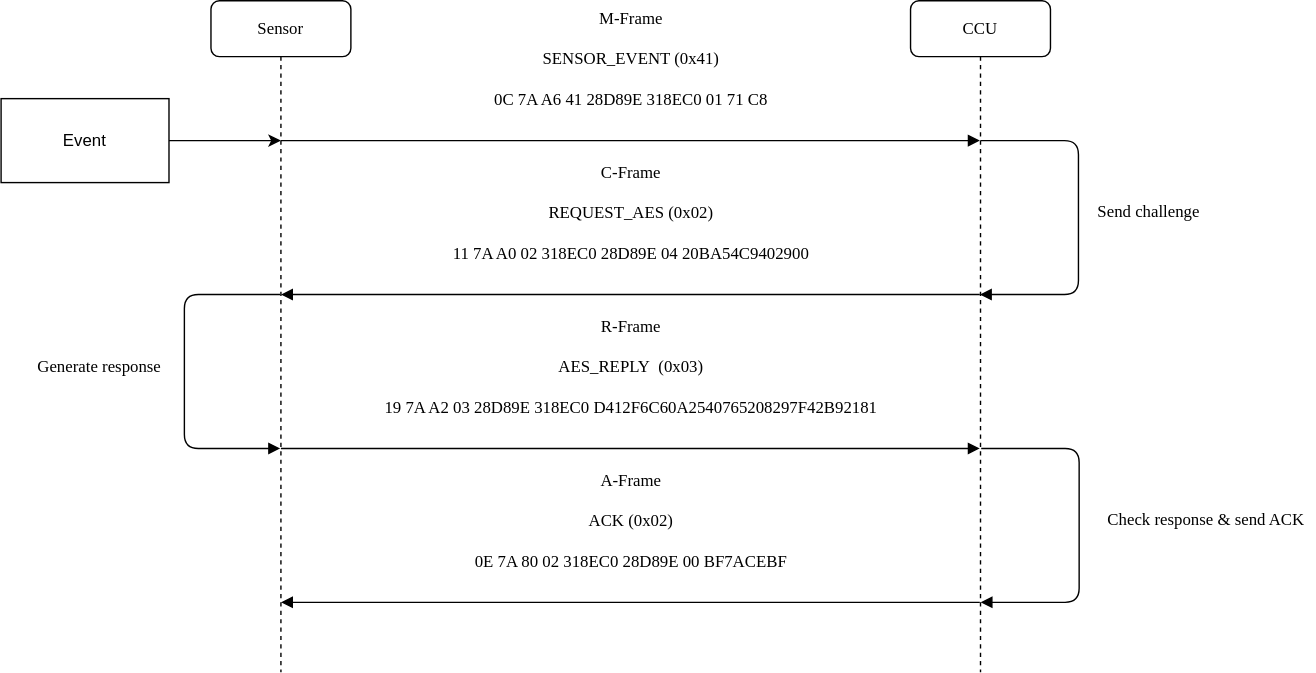
The draw.io diagram doc/img/CR-flow.svg in fkie-cad/bidcos-security-doc, before a commit. Source tidied: cells renumbered, new cells last; positions are measured from the earlier drawing's top-left corner, leaving out a move shared by most shapes. The source it was exported from:
```xml
<mxGraphModel>
  <root>
    <mxCell id="0" />
    <mxCell id="1" parent="0" />
    <mxCell id="2" value="Sensor" style="shape=umlLifeline;perimeter=lifelinePerimeter;whiteSpace=wrap;html=1;outlineConnect=0;rounded=1;shadow=0;comic=0;labelBackgroundColor=none;strokeWidth=1;fontFamily=Verdana;fontSize=12;align=center;" parent="1" vertex="1">
      <mxGeometry x="150" width="100" height="480" as="geometry" />
    </mxCell>
    <mxCell id="3" value="&lt;div&gt;M-Frame&lt;br&gt;&lt;/div&gt;&lt;div&gt;&lt;br&gt;&lt;/div&gt;&lt;div&gt;SENSOR_EVENT (0x41)&lt;/div&gt;&lt;br&gt;0C 7A A6 41 28D89E 318EC0 01 71 C8" style="html=1;verticalAlign=bottom;endArrow=block;labelBackgroundColor=none;fontFamily=Verdana;fontSize=12;edgeStyle=elbowEdgeStyle;elbow=vertical;" parent="2" edge="1" target="4">
      <mxGeometry y="20" relative="1" as="geometry">
        <mxPoint x="50" y="100" as="sourcePoint" />
        <Array as="points">
          <mxPoint x="270" y="100" />
        </Array>
      </mxGeometry>
    </mxCell>
    <mxCell id="4" value="CCU" style="shape=umlLifeline;perimeter=lifelinePerimeter;whiteSpace=wrap;html=1;outlineConnect=0;rounded=1;shadow=0;comic=0;labelBackgroundColor=none;strokeWidth=1;fontFamily=Verdana;fontSize=12;align=center;" parent="1" vertex="1">
      <mxGeometry x="650" width="100" height="480" as="geometry" />
    </mxCell>
    <mxCell id="5" value="&lt;div&gt;&lt;font style=&quot;font-size: 12px&quot; face=&quot;Verdana&quot;&gt;&lt;span style=&quot;left: 456.517px ; top: 674.609px ; transform: scalex(1.01884)&quot; dir=&quot;ltr&quot;&gt;C-Frame&lt;br&gt;&lt;/span&gt;&lt;/font&gt;&lt;/div&gt;&lt;div&gt;&lt;font style=&quot;font-size: 12px&quot; face=&quot;Verdana&quot;&gt;&lt;span style=&quot;left: 456.517px ; top: 674.609px ; transform: scalex(1.01884)&quot; dir=&quot;ltr&quot;&gt;&lt;br&gt;&lt;/span&gt;&lt;/font&gt;&lt;/div&gt;&lt;div&gt;&lt;font style=&quot;font-size: 12px&quot; face=&quot;Verdana&quot;&gt;&lt;span style=&quot;left: 456.517px ; top: 674.609px ; transform: scalex(1.01884)&quot; dir=&quot;ltr&quot;&gt;REQUEST_AES (0x02)&lt;/span&gt;&lt;/font&gt;&lt;/div&gt;&lt;div&gt;&lt;font style=&quot;font-size: 12px&quot; face=&quot;Verdana&quot;&gt;&lt;span style=&quot;left: 456.517px ; top: 674.609px ; transform: scalex(1.01884)&quot; dir=&quot;ltr&quot;&gt;&lt;/span&gt;&lt;/font&gt;&lt;/div&gt;&lt;font style=&quot;font-size: 12px&quot; face=&quot;Verdana&quot;&gt;&lt;span style=&quot;left: 456.517px ; top: 674.609px ; transform: scalex(1.01884)&quot; dir=&quot;ltr&quot;&gt;&lt;br&gt;11 7A A0 02 318EC0 28D89E 04 20BA54C9402900&lt;br&gt;&lt;/span&gt;&lt;/font&gt;" style="html=1;verticalAlign=bottom;endArrow=block;labelBackgroundColor=none;fontFamily=Verdana;fontSize=12;edgeStyle=elbowEdgeStyle;elbow=vertical;" parent="1" edge="1">
      <mxGeometry y="-20" relative="1" as="geometry">
        <mxPoint x="699.5" y="210" as="sourcePoint" />
        <mxPoint x="200" y="210" as="targetPoint" />
      </mxGeometry>
    </mxCell>
    <mxCell id="6" value="R-Frame&lt;div&gt;&lt;br&gt;&lt;/div&gt;&lt;div&gt;&lt;font style=&quot;font-size: 12px&quot; face=&quot;Verdana&quot;&gt;&lt;span style=&quot;left: 456.517px ; top: 698.809px ; transform: scalex(1.06084)&quot; dir=&quot;ltr&quot;&gt;AES_REPLY&amp;nbsp; &lt;/span&gt;(0x03)&lt;/font&gt;&lt;/div&gt;&lt;div&gt;&lt;font style=&quot;font-size: 12px&quot; face=&quot;Verdana&quot;&gt;&lt;br&gt;&lt;/font&gt;&lt;/div&gt;&lt;div&gt;&lt;font style=&quot;font-size: 12px&quot; face=&quot;Verdana&quot;&gt;19 7A A2 03 28D89E 318EC0 D412F6C60A2540765208297F42B92181&lt;br&gt;&lt;/font&gt;&lt;/div&gt;" style="html=1;verticalAlign=bottom;endArrow=block;labelBackgroundColor=none;fontFamily=Verdana;fontSize=12;edgeStyle=elbowEdgeStyle;elbow=vertical;" parent="1" edge="1">
      <mxGeometry y="20" relative="1" as="geometry">
        <mxPoint x="200" y="320" as="sourcePoint" />
        <mxPoint x="699.5" y="320" as="targetPoint" />
        <Array as="points">
          <mxPoint x="420" y="320" />
        </Array>
      </mxGeometry>
    </mxCell>
    <mxCell id="7" value="&lt;div&gt;A-Frame&lt;br&gt;&lt;/div&gt;&lt;div&gt;&lt;br&gt;&lt;/div&gt;&lt;div&gt;&lt;font style=&quot;font-size: 12px&quot; face=&quot;Verdana&quot;&gt;&lt;span style=&quot;left: 456.517px ; top: 674.609px ; transform: scalex(1.01884)&quot; dir=&quot;ltr&quot;&gt;ACK (0x02)&lt;br&gt;&lt;/span&gt;&lt;/font&gt;&lt;/div&gt;&lt;div&gt;&lt;font style=&quot;font-size: 12px&quot; face=&quot;Verdana&quot;&gt;&lt;span style=&quot;left: 456.517px ; top: 674.609px ; transform: scalex(1.01884)&quot; dir=&quot;ltr&quot;&gt;&lt;br&gt;&lt;/span&gt;&lt;/font&gt;&lt;/div&gt;&lt;div&gt;&lt;font style=&quot;font-size: 12px&quot; face=&quot;Verdana&quot;&gt;0E 7A 80 02 318EC0 28D89E 00 BF7ACEBF&lt;br&gt;&lt;span style=&quot;left: 456.517px ; top: 674.609px ; transform: scalex(1.01884)&quot; dir=&quot;ltr&quot;&gt;&lt;/span&gt;&lt;/font&gt;&lt;/div&gt;&lt;div&gt;&lt;font style=&quot;font-size: 12px&quot; face=&quot;Verdana&quot;&gt;&lt;span style=&quot;left: 456.517px ; top: 674.609px ; transform: scalex(1.01884)&quot; dir=&quot;ltr&quot;&gt;&lt;/span&gt;&lt;/font&gt;&lt;/div&gt;" style="html=1;verticalAlign=bottom;endArrow=block;labelBackgroundColor=none;fontFamily=Verdana;fontSize=12;edgeStyle=elbowEdgeStyle;elbow=vertical;" parent="1" edge="1">
      <mxGeometry y="-20" relative="1" as="geometry">
        <mxPoint x="699.5" y="430" as="sourcePoint" />
        <mxPoint x="200" y="430" as="targetPoint" />
      </mxGeometry>
    </mxCell>
    <mxCell id="8" value="Send challenge" style="html=1;verticalAlign=bottom;endArrow=block;labelBackgroundColor=none;fontFamily=Verdana;fontSize=12;elbow=vertical;edgeStyle=orthogonalEdgeStyle;" parent="1" edge="1" target="4">
      <mxGeometry x="0.04" y="50" relative="1" as="geometry">
        <mxPoint x="700" y="100" as="sourcePoint" />
        <Array as="points">
          <mxPoint x="770" y="100" />
          <mxPoint x="770" y="210" />
        </Array>
      </mxGeometry>
    </mxCell>
    <mxCell id="9" value="Check response &amp;amp; send ACK" style="html=1;verticalAlign=bottom;endArrow=block;labelBackgroundColor=none;fontFamily=Verdana;fontSize=12;elbow=vertical;edgeStyle=orthogonalEdgeStyle;" parent="1" edge="1">
      <mxGeometry x="0.04" y="90" relative="1" as="geometry">
        <mxPoint x="700.5" y="320" as="sourcePoint" />
        <mxPoint x="700" y="430" as="targetPoint" />
        <Array as="points">
          <mxPoint x="770.5" y="320" />
          <mxPoint x="770.5" y="430" />
        </Array>
      </mxGeometry>
    </mxCell>
    <mxCell id="10" value="Generate response " style="html=1;verticalAlign=bottom;endArrow=block;labelBackgroundColor=none;fontFamily=Verdana;fontSize=12;elbow=vertical;edgeStyle=orthogonalEdgeStyle;" parent="1" edge="1" source="2" target="2">
      <mxGeometry x="0.04" y="-61" relative="1" as="geometry">
        <Array as="points">
          <mxPoint x="131" y="210" />
          <mxPoint x="131" y="320" />
        </Array>
      </mxGeometry>
    </mxCell>
    <mxCell id="11" style="edgeStyle=orthogonalEdgeStyle;rounded=0;jettySize=auto;html=1;" parent="1" edge="1" source="12">
      <mxGeometry relative="1" as="geometry">
        <mxPoint x="200" y="100" as="targetPoint" />
      </mxGeometry>
    </mxCell>
    <mxCell id="12" value="Event" style="rounded=0;whiteSpace=wrap;html=1;" parent="1" vertex="1">
      <mxGeometry y="70" width="120" height="60" as="geometry" />
    </mxCell>
  </root>
</mxGraphModel>
```
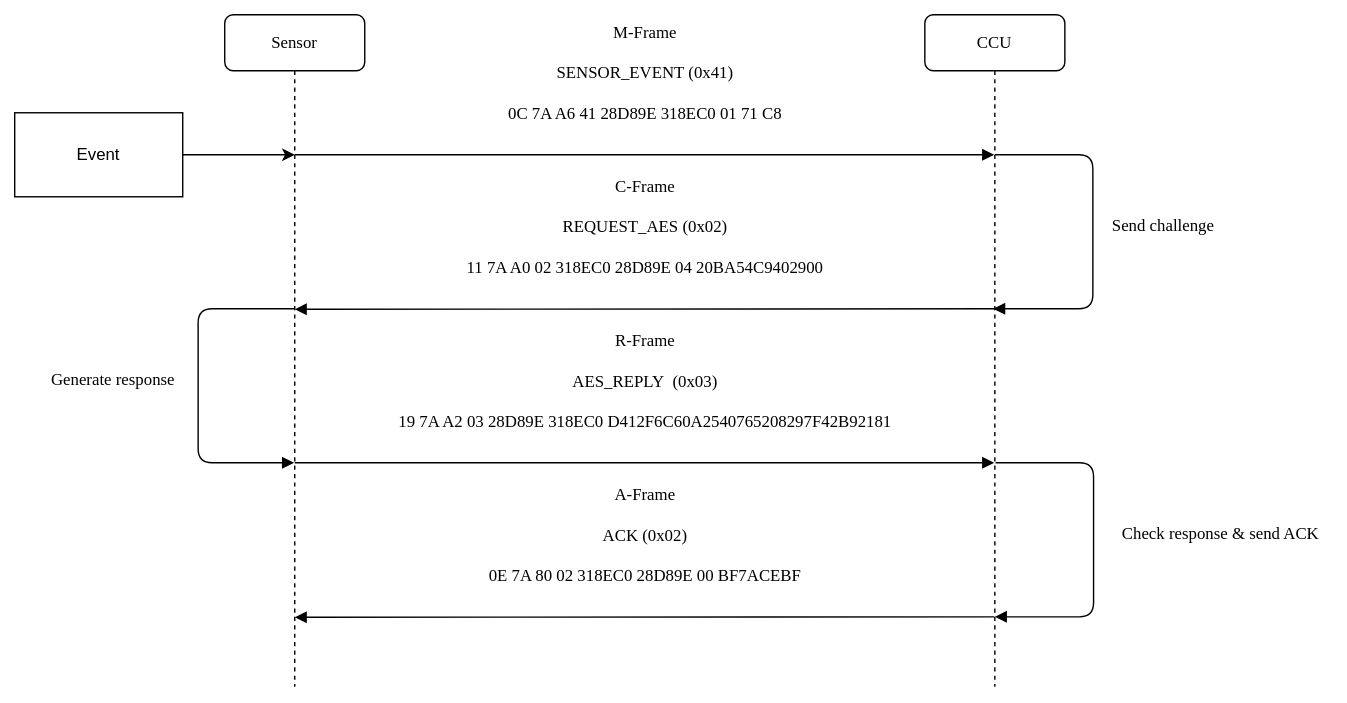
Above is the later version.

Change to the diagram source:
```diff
@@ -2,6 +2,9 @@
   <root>
     <mxCell id="0" />
     <mxCell id="1" parent="0" />
+    <mxCell id="13" style="rounded=0;whiteSpace=wrap;html=1;strokeColor=none;" parent="1" vertex="1">
+      <mxGeometry x="-10" y="-10" width="960" height="500" as="geometry" />
+    </mxCell>
     <mxCell id="2" value="Sensor" style="shape=umlLifeline;perimeter=lifelinePerimeter;whiteSpace=wrap;html=1;outlineConnect=0;rounded=1;shadow=0;comic=0;labelBackgroundColor=none;strokeWidth=1;fontFamily=Verdana;fontSize=12;align=center;" parent="1" vertex="1">
       <mxGeometry x="150" width="100" height="480" as="geometry" />
     </mxCell>
```
